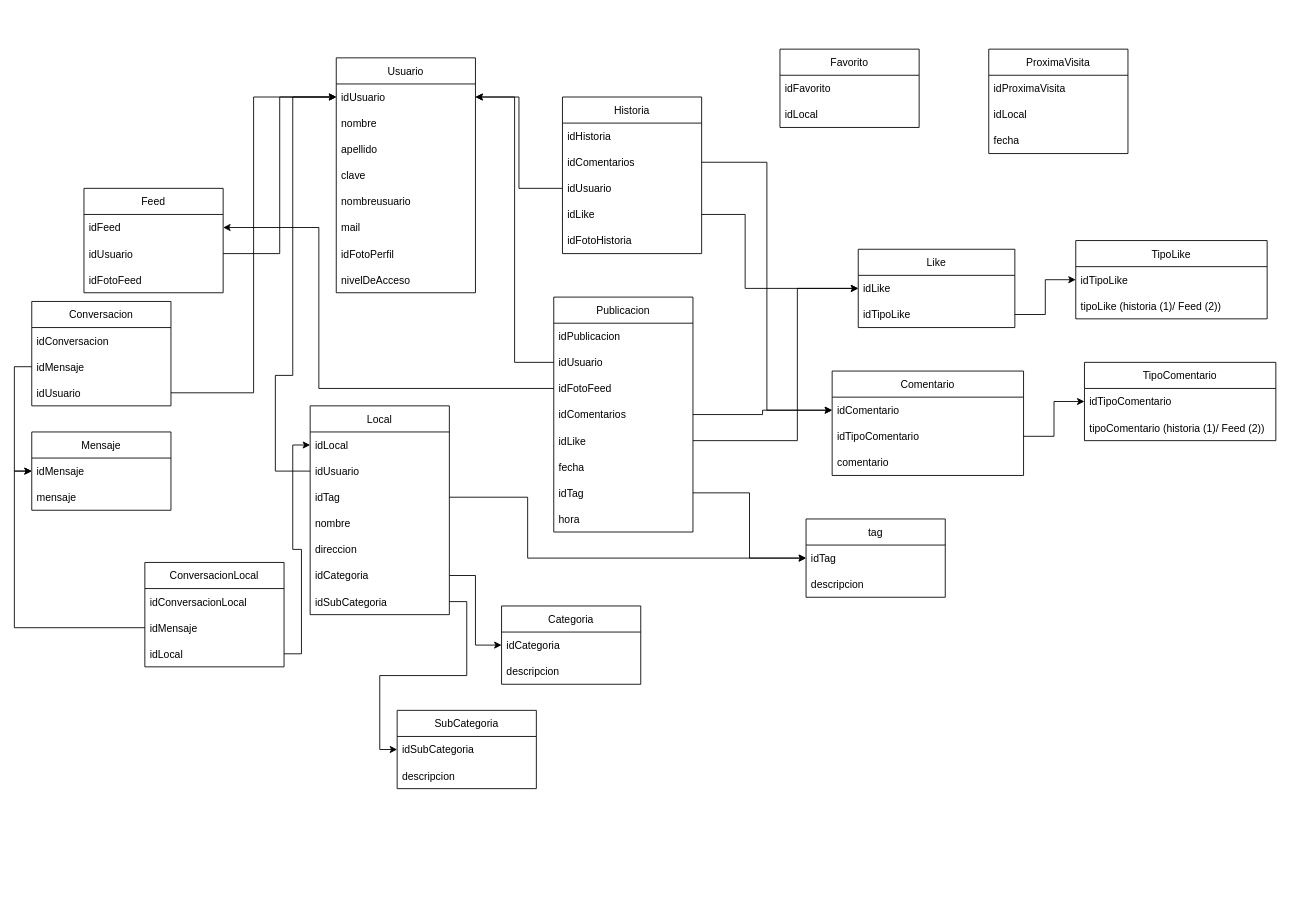
The draw.io diagram Documentacion/Diagrama Base de datos.drawio in AgusDunovits/Sitio, before the edit. Source tidied: cells renumbered, new cells numbered last; positions are measured from the earlier drawing's top-left corner, leaving out a move shared by most shapes. Both pictures are drawn from the tidied source at 87%, with x=0, y=0 at pixel (31, 49).
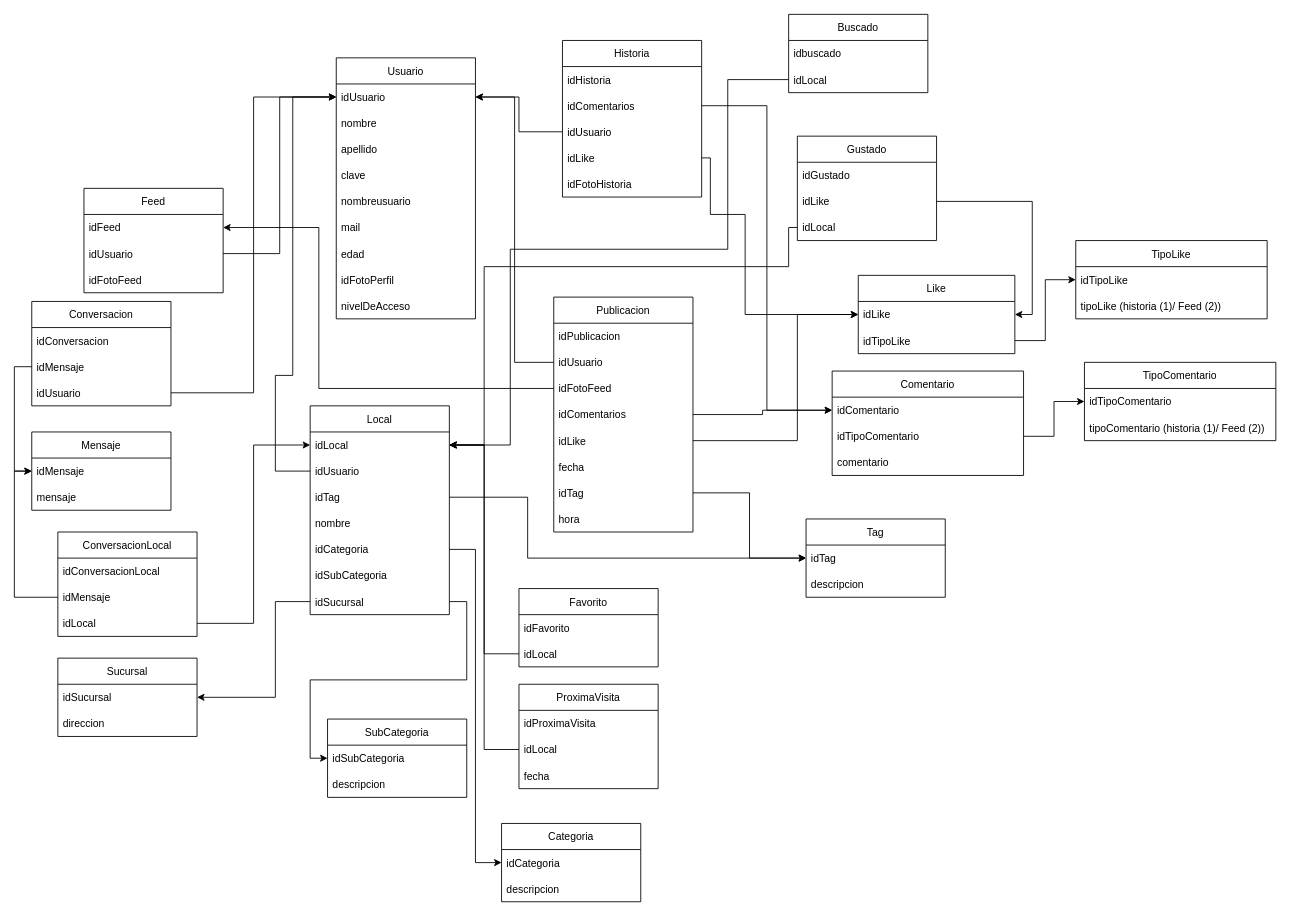
Above is the later version.

Unchanged cells that the change refers to:
```xml
<mxCell id="11" value="Local" style="swimlane;fontStyle=0;horizontal=1;startSize=30;" parent="1" vertex="1">
  <mxGeometry x="320" y="410" width="160" height="240" as="geometry" />
</mxCell>
<mxCell id="12" value="idLocal" style="text;strokeColor=none;fillColor=none;align=left;verticalAlign=middle;spacingLeft=4;spacingRight=4;overflow=hidden;points=[[0,0.5],[1,0.5]];portConstraint=eastwest;" parent="11" vertex="1">
  <mxGeometry y="30" width="160" height="30" as="geometry" />
</mxCell>
<mxCell id="24" value="idLike" style="text;strokeColor=none;fillColor=none;align=left;verticalAlign=middle;spacingLeft=4;spacingRight=4;overflow=hidden;points=[[0,0.5],[1,0.5]];portConstraint=eastwest;" parent="19" vertex="1">
  <mxGeometry y="150" width="160" height="30" as="geometry" />
</mxCell>
<mxCell id="32" value="idLike" style="text;strokeColor=none;fillColor=none;align=left;verticalAlign=middle;spacingLeft=4;spacingRight=4;overflow=hidden;points=[[0,0.5],[1,0.5]];portConstraint=eastwest;" parent="28" vertex="1">
  <mxGeometry y="120" width="160" height="30" as="geometry" />
</mxCell>
<mxCell id="36" value="idLocal" style="text;strokeColor=none;fillColor=none;align=left;verticalAlign=middle;spacingLeft=4;spacingRight=4;overflow=hidden;points=[[0,0.5],[1,0.5]];portConstraint=eastwest;" parent="34" vertex="1">
  <mxGeometry y="60" width="160" height="30" as="geometry" />
</mxCell>
<mxCell id="38" value="idLike" style="text;strokeColor=none;fillColor=none;align=left;verticalAlign=middle;spacingLeft=4;spacingRight=4;overflow=hidden;points=[[0,0.5],[1,0.5]];portConstraint=eastwest;" parent="37" vertex="1">
  <mxGeometry y="30" width="180" height="30" as="geometry" />
</mxCell>
<mxCell id="57" value="idLocal" style="text;strokeColor=none;fillColor=none;align=left;verticalAlign=middle;spacingLeft=4;spacingRight=4;overflow=hidden;points=[[0,0.5],[1,0.5]];portConstraint=eastwest;" parent="55" vertex="1">
  <mxGeometry y="60" width="160" height="30" as="geometry" />
</mxCell>
```

What changed in the source:
```diff
@@
     <mxCell id="2" value="Usuario" style="swimlane;fontStyle=0;horizontal=1;startSize=30;" parent="1" vertex="1">
-      <mxGeometry x="350" y="10" width="160" height="270" as="geometry" />
+      <mxGeometry x="350" y="10" width="160" height="300" as="geometry" />
     </mxCell>
@@
+    <mxCell id="97" value="edad" style="text;strokeColor=none;fillColor=none;align=left;verticalAlign=middle;spacingLeft=4;spacingRight=4;overflow=hidden;" parent="2" vertex="1">
+      <mxGeometry y="210" width="160" height="30" as="geometry" />
+    </mxCell>
     <mxCell id="9" value="idFotoPerfil" style="text;strokeColor=none;fillColor=none;align=left;verticalAlign=middle;spacingLeft=4;spacingRight=4;overflow=hidden;" parent="2" vertex="1">
-      <mxGeometry y="210" width="160" height="30" as="geometry" />
+      <mxGeometry y="240" width="160" height="30" as="geometry" />
     </mxCell>
     <mxCell id="10" value="nivelDeAcceso" style="text;strokeColor=none;fillColor=none;align=left;verticalAlign=middle;spacingLeft=4;spacingRight=4;overflow=hidden;" parent="2" vertex="1">
-      <mxGeometry y="240" width="160" height="30" as="geometry" />
+      <mxGeometry y="270" width="160" height="30" as="geometry" />
     </mxCell>
@@
-    <mxCell id="16" value="direccion" style="text;strokeColor=none;fillColor=none;align=left;verticalAlign=middle;spacingLeft=4;spacingRight=4;overflow=hidden;" parent="11" vertex="1">
-      <mxGeometry y="150" width="160" height="30" as="geometry" />
-    </mxCell>
     <mxCell id="17" value="idCategoria" style="text;strokeColor=none;fillColor=none;align=left;verticalAlign=middle;spacingLeft=4;spacingRight=4;overflow=hidden;points=[[0,0.5],[1,0.5]];portConstraint=eastwest;" parent="11" vertex="1">
-      <mxGeometry y="180" width="160" height="30" as="geometry" />
+      <mxGeometry y="150" width="160" height="30" as="geometry" />
     </mxCell>
+    <mxCell id="98" value="idSubCategoria" style="text;strokeColor=none;fillColor=none;align=left;verticalAlign=middle;spacingLeft=4;spacingRight=4;overflow=hidden;" parent="11" vertex="1">
+      <mxGeometry y="180" width="160" height="30" as="geometry" />
+    </mxCell>
-    <mxCell id="18" value="idSubCategoria" style="text;strokeColor=none;fillColor=none;align=left;verticalAlign=middle;spacingLeft=4;spacingRight=4;overflow=hidden;points=[[0,0.5],[1,0.5]];portConstraint=eastwest;" parent="11" vertex="1">
+    <mxCell id="18" value="idSucursal" style="text;strokeColor=none;fillColor=none;align=left;verticalAlign=middle;spacingLeft=4;spacingRight=4;overflow=hidden;points=[[0,0.5],[1,0.5]];portConstraint=eastwest;" parent="11" vertex="1">
       <mxGeometry y="210" width="160" height="30" as="geometry" />
     </mxCell>
@@
     <mxCell id="28" value="Historia" style="swimlane;fontStyle=0;horizontal=1;startSize=30;" parent="1" vertex="1">
-      <mxGeometry x="610" y="55" width="160" height="180" as="geometry" />
+      <mxGeometry x="610" y="-10" width="160" height="180" as="geometry" />
     </mxCell>
@@
     <mxCell id="34" value="Favorito" style="swimlane;fontStyle=0;horizontal=1;startSize=30;" parent="1" vertex="1">
-      <mxGeometry x="860" width="160" height="90" as="geometry" />
+      <mxGeometry x="560" y="620" width="160" height="90" as="geometry" />
     </mxCell>
@@
     <mxCell id="37" value="Like" style="swimlane;fontStyle=0;horizontal=1;startSize=30;" parent="1" vertex="1">
-      <mxGeometry x="950" y="230" width="180" height="90" as="geometry" />
+      <mxGeometry x="950" y="260" width="180" height="90" as="geometry" />
     </mxCell>
@@
     <mxCell id="51" value="ConversacionLocal" style="swimlane;fontStyle=0;horizontal=1;startSize=30;" parent="1" vertex="1">
-      <mxGeometry x="130" y="590" width="160" height="120" as="geometry" />
+      <mxGeometry x="30" y="555" width="160" height="120" as="geometry" />
     </mxCell>
@@
     <mxCell id="55" value="ProximaVisita" style="swimlane;fontStyle=0;horizontal=1;startSize=30;" parent="1" vertex="1">
-      <mxGeometry x="1100" width="160" height="120" as="geometry" />
+      <mxGeometry x="560" y="730" width="160" height="120" as="geometry" />
     </mxCell>
@@
     <mxCell id="63" value="Categoria" style="swimlane;fontStyle=0;horizontal=1;startSize=30;" parent="1" vertex="1">
-      <mxGeometry x="540" y="640" width="160" height="90" as="geometry" />
+      <mxGeometry x="540" y="890" width="160" height="90" as="geometry" />
     </mxCell>
@@
     <mxCell id="66" value="SubCategoria" style="swimlane;fontStyle=0;horizontal=1;startSize=30;" parent="1" vertex="1">
-      <mxGeometry x="420" y="760" width="160" height="90" as="geometry" />
+      <mxGeometry x="340" y="770" width="160" height="90" as="geometry" />
     </mxCell>
@@
     <mxCell id="87" style="edgeStyle=orthogonalEdgeStyle;rounded=0;jettySize=auto;html=1;entryX=0;entryY=0.5;entryDx=0;entryDy=0;" parent="1" edge="1" source="32" target="38">
       <mxGeometry relative="1" as="geometry">
         <Array as="points">
+          <mxPoint x="780" y="125" />
+          <mxPoint x="780" y="190" />
           <mxPoint x="820" y="190" />
-          <mxPoint x="820" y="275" />
+          <mxPoint x="820" y="305" />
         </Array>
       </mxGeometry>
     </mxCell>
@@
     <mxCell id="91" style="edgeStyle=orthogonalEdgeStyle;rounded=0;jettySize=auto;html=1;entryX=0;entryY=0.5;entryDx=0;entryDy=0;" parent="1" edge="1" source="24" target="38">
       <mxGeometry relative="1" as="geometry">
         <Array as="points">
           <mxPoint x="880" y="450" />
-          <mxPoint x="880" y="275" />
+          <mxPoint x="880" y="305" />
         </Array>
       </mxGeometry>
     </mxCell>
-    <mxCell id="92" value="tag" style="swimlane;fontStyle=0;horizontal=1;startSize=30;" parent="1" vertex="1">
+    <mxCell id="92" value="Tag" style="swimlane;fontStyle=0;horizontal=1;startSize=30;" parent="1" vertex="1">
       <mxGeometry x="890" y="540" width="160" height="90" as="geometry" />
     </mxCell>
@@
+    <mxCell id="99" value="Sucursal" style="swimlane;fontStyle=0;horizontal=1;startSize=30;" parent="1" vertex="1">
+      <mxGeometry x="30" y="700" width="160" height="90" as="geometry" />
+    </mxCell>
+    <mxCell id="100" value="idSucursal" style="text;strokeColor=none;fillColor=none;align=left;verticalAlign=middle;spacingLeft=4;spacingRight=4;overflow=hidden;points=[[0,0.5],[1,0.5]];portConstraint=eastwest;" parent="99" vertex="1">
+      <mxGeometry y="30" width="160" height="30" as="geometry" />
+    </mxCell>
+    <mxCell id="16" value="direccion" style="text;strokeColor=none;fillColor=none;align=left;verticalAlign=middle;spacingLeft=4;spacingRight=4;overflow=hidden;" parent="99" vertex="1">
+      <mxGeometry y="60" width="160" height="30" as="geometry" />
+    </mxCell>
+    <mxCell id="101" style="edgeStyle=orthogonalEdgeStyle;rounded=0;jettySize=auto;html=1;" parent="1" edge="1" source="18" target="100">
+      <mxGeometry relative="1" as="geometry">
+        <Array as="points">
+          <mxPoint x="280" y="635" />
+          <mxPoint x="280" y="745" />
+        </Array>
+      </mxGeometry>
+    </mxCell>
+    <mxCell id="102" value="Gustado" style="swimlane;fontStyle=0;horizontal=1;startSize=30;" parent="1" vertex="1">
+      <mxGeometry x="880" y="100" width="160" height="120" as="geometry" />
+    </mxCell>
+    <mxCell id="103" value="idGustado" style="text;strokeColor=none;fillColor=none;align=left;verticalAlign=middle;spacingLeft=4;spacingRight=4;overflow=hidden;" parent="102" vertex="1">
+      <mxGeometry y="30" width="160" height="30" as="geometry" />
+    </mxCell>
+    <mxCell id="104" value="idLike" style="text;strokeColor=none;fillColor=none;align=left;verticalAlign=middle;spacingLeft=4;spacingRight=4;overflow=hidden;points=[[0,0.5],[1,0.5]];portConstraint=eastwest;" parent="102" vertex="1">
+      <mxGeometry y="60" width="160" height="30" as="geometry" />
+    </mxCell>
+    <mxCell id="105" value="idLocal" style="text;strokeColor=none;fillColor=none;align=left;verticalAlign=middle;spacingLeft=4;spacingRight=4;overflow=hidden;points=[[0,0.5],[1,0.5]];portConstraint=eastwest;" parent="102" vertex="1">
+      <mxGeometry y="90" width="160" height="30" as="geometry" />
+    </mxCell>
+    <mxCell id="106" style="edgeStyle=orthogonalEdgeStyle;rounded=0;jettySize=auto;html=1;entryX=1;entryY=0.5;entryDx=0;entryDy=0;" parent="1" edge="1" source="104" target="38">
+      <mxGeometry relative="1" as="geometry" />
+    </mxCell>
+    <mxCell id="107" style="edgeStyle=orthogonalEdgeStyle;rounded=0;jettySize=auto;html=1;entryX=1;entryY=0.5;entryDx=0;entryDy=0;exitX=0;exitY=0.5;exitDx=0;exitDy=0;" parent="1" edge="1" source="105" target="12">
+      <mxGeometry relative="1" as="geometry">
+        <Array as="points">
+          <mxPoint x="870" y="205" />
+          <mxPoint x="870" y="250" />
+          <mxPoint x="520" y="250" />
+          <mxPoint x="520" y="455" />
+        </Array>
+      </mxGeometry>
+    </mxCell>
+    <mxCell id="108" style="edgeStyle=orthogonalEdgeStyle;rounded=0;jettySize=auto;html=1;entryX=1;entryY=0.5;entryDx=0;entryDy=0;" parent="1" edge="1" source="36" target="12">
+      <mxGeometry relative="1" as="geometry" />
+    </mxCell>
+    <mxCell id="109" style="edgeStyle=orthogonalEdgeStyle;rounded=0;jettySize=auto;html=1;" parent="1" edge="1" source="57" target="12">
+      <mxGeometry relative="1" as="geometry" />
+    </mxCell>
+    <mxCell id="110" value="Buscado" style="swimlane;fontStyle=0;horizontal=1;startSize=30;" parent="1" vertex="1">
+      <mxGeometry x="870" y="-40" width="160" height="90" as="geometry" />
+    </mxCell>
+    <mxCell id="111" value="idbuscado" style="text;strokeColor=none;fillColor=none;align=left;verticalAlign=middle;spacingLeft=4;spacingRight=4;overflow=hidden;" parent="110" vertex="1">
+      <mxGeometry y="30" width="160" height="30" as="geometry" />
+    </mxCell>
+    <mxCell id="112" value="idLocal" style="text;strokeColor=none;fillColor=none;align=left;verticalAlign=middle;spacingLeft=4;spacingRight=4;overflow=hidden;points=[[0,0.5],[1,0.5]];portConstraint=eastwest;" parent="110" vertex="1">
+      <mxGeometry y="60" width="160" height="30" as="geometry" />
+    </mxCell>
+    <mxCell id="113" style="edgeStyle=orthogonalEdgeStyle;rounded=0;jettySize=auto;html=1;exitX=0;exitY=0.5;exitDx=0;exitDy=0;" parent="1" edge="1" source="112" target="12">
+      <mxGeometry relative="1" as="geometry">
+        <Array as="points">
+          <mxPoint x="800" y="35" />
+          <mxPoint x="800" y="230" />
+          <mxPoint x="550" y="230" />
+          <mxPoint x="550" y="455" />
+        </Array>
+      </mxGeometry>
+    </mxCell>
```
